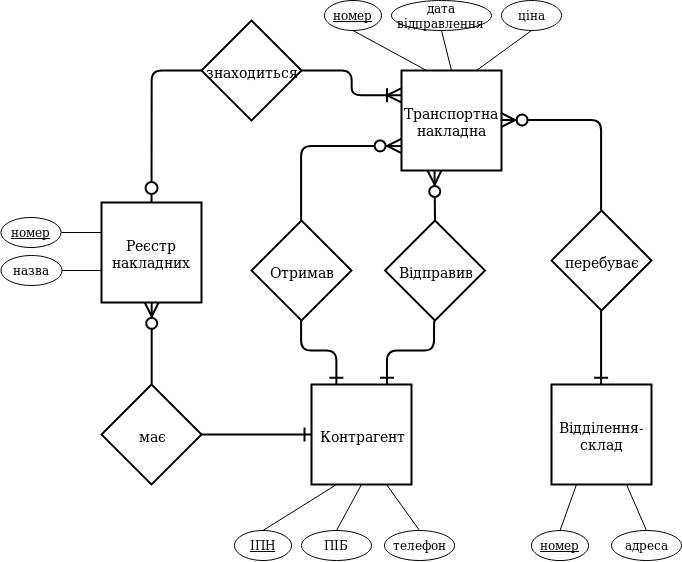
Above: img/model.png in akrava/db1-labs (draw.io), before the change. Source tidied: cells renumbered, new cells last; positions are measured from the earlier drawing's top-left corner, leaving out a move shared by most shapes.
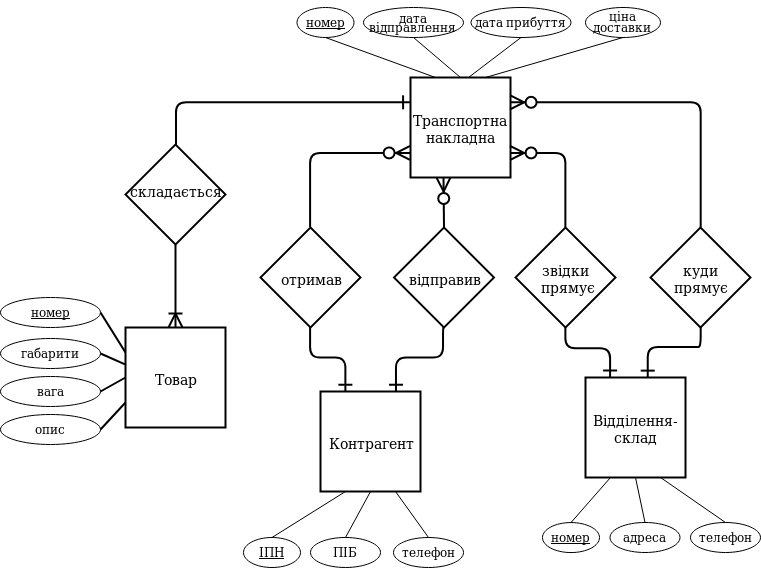
After the commit.

Diff of the diagram source:
```diff
@@ -6,29 +6,21 @@
       <mxGeometry x="400" y="70" width="100" height="100" as="geometry" />
     </mxCell>
     <mxCell id="3" value="Відділення-склад" style="strokeWidth=2;whiteSpace=wrap;html=1;align=center;fontSize=14;" parent="1" vertex="1">
-      <mxGeometry x="550" y="384" width="100" height="100" as="geometry" />
+      <mxGeometry x="575" y="370" width="100" height="100" as="geometry" />
     </mxCell>
     <mxCell id="4" value="&lt;div&gt;Контрагент&lt;/div&gt;" style="strokeWidth=2;whiteSpace=wrap;html=1;align=center;fontSize=14;" parent="1" vertex="1">
       <mxGeometry x="310" y="384" width="100" height="100" as="geometry" />
     </mxCell>
-    <mxCell id="5" value="знаходиться" style="shape=rhombus;strokeWidth=2;fontSize=17;perimeter=rhombusPerimeter;whiteSpace=wrap;html=1;align=center;fontSize=14;" parent="1" vertex="1">
-      <mxGeometry x="200" y="20" width="100" height="100" as="geometry" />
+    <mxCell id="5" value="&lt;p style=&quot;line-height: 80%&quot;&gt;&lt;font style=&quot;font-size: 14px ; line-height: 30%&quot;&gt;складається&lt;/font&gt;&lt;/p&gt;&lt;p style=&quot;line-height: 80% ; font-size: 5px&quot;&gt;&lt;font style=&quot;font-size: 5px ; line-height: 0%&quot;&gt;&lt;br&gt;&lt;/font&gt;&lt;/p&gt;" style="shape=rhombus;strokeWidth=2;fontSize=17;perimeter=rhombusPerimeter;whiteSpace=wrap;html=1;align=center;fontSize=14;" parent="1" vertex="1">
+      <mxGeometry x="115" y="137" width="100" height="100" as="geometry" />
     </mxCell>
-    <mxCell id="6" style="fontSize=12;html=1;endArrow=ERzeroToOne;endFill=1;shadow=0;strokeColor=#000000;strokeWidth=2;endSize=12;targetPerimeterSpacing=55;startSize=0;exitX=0;exitY=0.5;exitDx=0;exitDy=0;edgeStyle=orthogonalEdgeStyle;" parent="1" edge="1" source="5">
-      <mxGeometry relative="1" as="geometry">
-        <mxPoint x="150" y="210" as="targetPoint" />
-      </mxGeometry>
-    </mxCell>
-    <mxCell id="7" style="fontSize=12;html=1;endArrow=ERoneToMany;startArrow=none;shadow=0;strokeColor=#000000;strokeWidth=2;startFill=0;exitX=1;exitY=0.5;exitDx=0;exitDy=0;endSize=11;entryX=0;entryY=0.25;entryDx=0;entryDy=0;edgeStyle=orthogonalEdgeStyle;" parent="1" edge="1" source="5" target="2">
-      <mxGeometry relative="1" as="geometry" />
-    </mxCell>
-    <mxCell id="8" value="Реєстр накладних" style="strokeWidth=2;whiteSpace=wrap;html=1;align=center;fontSize=14;" parent="1" vertex="1">
-      <mxGeometry x="100" y="202" width="100" height="100" as="geometry" />
+    <mxCell id="8" value="Товар" style="strokeWidth=2;whiteSpace=wrap;html=1;align=center;fontSize=14;" parent="1" vertex="1">
+      <mxGeometry x="115" y="320" width="100" height="100" as="geometry" />
     </mxCell>
-    <mxCell id="9" value="Відправив" style="shape=rhombus;strokeWidth=2;fontSize=17;perimeter=rhombusPerimeter;whiteSpace=wrap;html=1;align=center;fontSize=14;" parent="1" vertex="1">
+    <mxCell id="9" value="відправив" style="shape=rhombus;strokeWidth=2;fontSize=17;perimeter=rhombusPerimeter;whiteSpace=wrap;html=1;align=center;fontSize=14;" parent="1" vertex="1">
       <mxGeometry x="383.5" y="220" width="100" height="100" as="geometry" />
     </mxCell>
-    <mxCell id="10" value="Отримав" style="shape=rhombus;strokeWidth=2;fontSize=17;perimeter=rhombusPerimeter;whiteSpace=wrap;html=1;align=center;fontSize=14;" parent="1" vertex="1">
+    <mxCell id="10" value="отримав" style="shape=rhombus;strokeWidth=2;fontSize=17;perimeter=rhombusPerimeter;whiteSpace=wrap;html=1;align=center;fontSize=14;" parent="1" vertex="1">
       <mxGeometry x="250" y="220" width="100" height="100" as="geometry" />
     </mxCell>
     <mxCell id="11" style="fontSize=12;html=1;endArrow=ERone;endFill=1;shadow=0;strokeColor=#000000;strokeWidth=2;edgeStyle=orthogonalEdgeStyle;exitX=0.5;exitY=1;exitDx=0;exitDy=0;entryX=0.75;entryY=0;entryDx=0;entryDy=0;endSize=11;" parent="1" edge="1" source="9" target="4">
@@ -54,43 +46,22 @@
         </Array>
       </mxGeometry>
     </mxCell>
-    <mxCell id="14" value="має" style="shape=rhombus;strokeWidth=2;fontSize=17;perimeter=rhombusPerimeter;whiteSpace=wrap;html=1;align=center;fontSize=14;" parent="1" vertex="1">
-      <mxGeometry x="100" y="384" width="100" height="100" as="geometry" />
-    </mxCell>
     <mxCell id="15" style="fontSize=12;html=1;endArrow=ERzeroToMany;endFill=1;shadow=0;strokeColor=#000000;strokeWidth=2;exitX=0.5;exitY=0;exitDx=0;exitDy=0;jumpSize=6;endSize=11;" parent="1" edge="1" source="9">
       <mxGeometry relative="1" as="geometry">
         <mxPoint x="433" y="170" as="targetPoint" />
       </mxGeometry>
     </mxCell>
-    <mxCell id="16" style="fontSize=12;html=1;endArrow=ERzeroToMany;endFill=1;shadow=0;strokeColor=#000000;strokeWidth=2;entryX=0.5;entryY=1;entryDx=0;entryDy=0;exitX=0.5;exitY=0;exitDx=0;exitDy=0;edgeStyle=orthogonalEdgeStyle;jumpSize=6;endSize=11;" parent="1" edge="1" source="14" target="8">
-      <mxGeometry relative="1" as="geometry" />
-    </mxCell>
-    <mxCell id="17" style="fontSize=12;html=1;endArrow=ERone;endFill=1;shadow=0;strokeColor=#000000;strokeWidth=2;entryX=0;entryY=0.5;entryDx=0;entryDy=0;exitX=1;exitY=0.5;exitDx=0;exitDy=0;jumpSize=6;endSize=11;" parent="1" edge="1" source="14" target="4">
-      <mxGeometry relative="1" as="geometry" />
-    </mxCell>
-    <mxCell id="18" value="перебуває" style="shape=rhombus;strokeWidth=2;fontSize=17;perimeter=rhombusPerimeter;whiteSpace=wrap;html=1;align=center;fontSize=14;" parent="1" vertex="1">
-      <mxGeometry x="550" y="210" width="100" height="100" as="geometry" />
+    <mxCell id="18" value="&lt;div&gt;звідки&lt;/div&gt;&amp;nbsp;прямує" style="shape=rhombus;strokeWidth=2;fontSize=17;perimeter=rhombusPerimeter;whiteSpace=wrap;html=1;align=center;fontSize=14;" parent="1" vertex="1">
+      <mxGeometry x="505" y="220" width="100" height="100" as="geometry" />
     </mxCell>
-    <mxCell id="19" style="fontSize=12;html=1;endArrow=ERzeroToMany;endFill=1;shadow=0;strokeColor=#000000;strokeWidth=2;exitX=0.5;exitY=0;exitDx=0;exitDy=0;jumpSize=6;endSize=11;entryX=1;entryY=0.5;entryDx=0;entryDy=0;edgeStyle=orthogonalEdgeStyle;" parent="1" edge="1" source="18" target="2">
-      <mxGeometry relative="1" as="geometry" />
-    </mxCell>
-    <mxCell id="20" style="fontSize=12;html=1;endArrow=ERone;endFill=1;shadow=0;strokeColor=#000000;strokeWidth=2;edgeStyle=orthogonalEdgeStyle;entryX=0.5;entryY=0;entryDx=0;entryDy=0;endSize=11;" parent="1" edge="1" target="3">
-      <mxGeometry relative="1" as="geometry">
-        <mxPoint x="600" y="310" as="sourcePoint" />
-        <Array as="points">
-          <mxPoint x="600" y="340" />
-          <mxPoint x="600" y="340" />
-        </Array>
-      </mxGeometry>
-    </mxCell>
     <mxCell id="21" value="номер" style="ellipse;whiteSpace=wrap;html=1;fontStyle=4;" parent="1" vertex="1">
-      <mxGeometry x="323" width="57" height="30" as="geometry" />
+      <mxGeometry x="286.5" width="57" height="30" as="geometry" />
     </mxCell>
-    <mxCell id="22" value="дата відправлення" style="ellipse;whiteSpace=wrap;html=1;" parent="1" vertex="1">
-      <mxGeometry x="390" width="100" height="30" as="geometry" />
+    <mxCell id="22" value="&lt;p style=&quot;line-height: 70%&quot;&gt;дата відправлення&lt;/p&gt;" style="ellipse;whiteSpace=wrap;html=1;" parent="1" vertex="1">
+      <mxGeometry x="353" width="100" height="30" as="geometry" />
     </mxCell>
-    <mxCell id="23" value="ціна" style="ellipse;whiteSpace=wrap;html=1;" parent="1" vertex="1">
-      <mxGeometry x="500" width="60" height="30" as="geometry" />
+    <mxCell id="23" value="&lt;p style=&quot;line-height: 90%&quot;&gt;ціна доставки&lt;/p&gt;" style="ellipse;whiteSpace=wrap;html=1;" parent="1" vertex="1">
+      <mxGeometry x="575" width="75" height="30" as="geometry" />
     </mxCell>
     <mxCell id="24" style="endArrow=none;html=1;shadow=0;strokeColor=#000000;strokeWidth=1;exitX=0.25;exitY=0;exitDx=0;exitDy=0;entryX=0.5;entryY=1;entryDx=0;entryDy=0;" parent="1" edge="1" source="2" target="21">
       <mxGeometry relative="1" as="geometry" />
@@ -98,27 +69,6 @@
     <mxCell id="25" style="endArrow=none;html=1;shadow=0;strokeColor=#000000;strokeWidth=1;exitX=0.5;exitY=1;exitDx=0;exitDy=0;entryX=0.5;entryY=0;entryDx=0;entryDy=0;" parent="1" edge="1" source="22" target="2">
       <mxGeometry relative="1" as="geometry" />
     </mxCell>
-    <mxCell id="26" value="номер" style="ellipse;whiteSpace=wrap;html=1;fontStyle=4;" parent="1" vertex="1">
-      <mxGeometry x="-0.5" y="217" width="60" height="30" as="geometry" />
-    </mxCell>
-    <mxCell id="27" value="назва" style="ellipse;whiteSpace=wrap;html=1;" parent="1" vertex="1">
-      <mxGeometry x="-0.5" y="255" width="61" height="30" as="geometry" />
-    </mxCell>
-    <mxCell id="28" style="endArrow=none;html=1;shadow=0;strokeColor=#000000;strokeWidth=1;" parent="1" edge="1">
-      <mxGeometry relative="1" as="geometry">
-        <mxPoint x="60" y="232" as="sourcePoint" />
-        <mxPoint x="100" y="232" as="targetPoint" />
-      </mxGeometry>
-    </mxCell>
-    <mxCell id="29" style="endArrow=none;html=1;shadow=0;strokeColor=#000000;strokeWidth=1;" parent="1" edge="1">
-      <mxGeometry relative="1" as="geometry">
-        <mxPoint x="60.5" y="270" as="sourcePoint" />
-        <mxPoint x="100.5" y="270" as="targetPoint" />
-      </mxGeometry>
-    </mxCell>
-    <mxCell id="30" style="endArrow=none;html=1;shadow=0;strokeColor=#000000;strokeWidth=1;exitX=0.5;exitY=1;exitDx=0;exitDy=0;entryX=0.75;entryY=0;entryDx=0;entryDy=0;" parent="1" edge="1" source="23" target="2">
-      <mxGeometry relative="1" as="geometry" />
-    </mxCell>
     <mxCell id="31" value="ІПН" style="ellipse;whiteSpace=wrap;html=1;fontStyle=4;" parent="1" vertex="1">
       <mxGeometry x="233" y="530" width="57" height="30" as="geometry" />
     </mxCell>
@@ -129,10 +79,10 @@
       <mxGeometry x="383" y="530" width="70" height="30" as="geometry" />
     </mxCell>
     <mxCell id="34" value="адреса" style="ellipse;whiteSpace=wrap;html=1;" parent="1" vertex="1">
-      <mxGeometry x="610" y="530" width="70" height="30" as="geometry" />
+      <mxGeometry x="599.5" y="515" width="70" height="30" as="geometry" />
     </mxCell>
     <mxCell id="35" value="номер" style="ellipse;whiteSpace=wrap;html=1;fontStyle=4;" parent="1" vertex="1">
-      <mxGeometry x="530" y="530.1" width="57" height="30" as="geometry" />
+      <mxGeometry x="532" y="515.1" width="57" height="30" as="geometry" />
     </mxCell>
     <mxCell id="36" style="endArrow=none;html=1;shadow=0;strokeColor=#000000;strokeWidth=1;exitX=0.5;exitY=0;exitDx=0;exitDy=0;entryX=0.25;entryY=1;entryDx=0;entryDy=0;" parent="1" edge="1" source="31" target="4">
       <mxGeometry relative="1" as="geometry" />
@@ -146,8 +96,91 @@
     <mxCell id="39" style="endArrow=none;html=1;shadow=0;strokeColor=#000000;strokeWidth=1;exitX=0.5;exitY=0;exitDx=0;exitDy=0;entryX=0.25;entryY=1;entryDx=0;entryDy=0;" parent="1" edge="1" source="35" target="3">
       <mxGeometry relative="1" as="geometry" />
     </mxCell>
-    <mxCell id="40" style="endArrow=none;html=1;shadow=0;strokeColor=#000000;strokeWidth=1;exitX=0.5;exitY=0;exitDx=0;exitDy=0;entryX=0.75;entryY=1;entryDx=0;entryDy=0;" parent="1" edge="1" source="34" target="3">
+    <mxCell id="40" style="endArrow=none;html=1;shadow=0;strokeColor=#000000;strokeWidth=1;exitX=0.5;exitY=0;exitDx=0;exitDy=0;entryX=0.5;entryY=1;entryDx=0;entryDy=0;" parent="1" edge="1" source="34" target="3">
       <mxGeometry relative="1" as="geometry" />
     </mxCell>
+    <mxCell id="41" value="&lt;div&gt;куди &lt;br&gt;&lt;/div&gt;&lt;div&gt;прямує&lt;/div&gt;" style="shape=rhombus;strokeWidth=2;fontSize=17;perimeter=rhombusPerimeter;whiteSpace=wrap;html=1;align=center;fontSize=14;" parent="1" vertex="1">
+      <mxGeometry x="640" y="220" width="100" height="100" as="geometry" />
+    </mxCell>
+    <mxCell id="42" value="дата прибуття" style="ellipse;whiteSpace=wrap;html=1;" parent="1" vertex="1">
+      <mxGeometry x="460.5" width="100" height="30" as="geometry" />
+    </mxCell>
+    <mxCell id="43" style="endArrow=none;html=1;shadow=0;strokeColor=#000000;strokeWidth=1;exitX=0.5;exitY=1;exitDx=0;exitDy=0;entryX=0.58;entryY=0;entryDx=0;entryDy=0;entryPerimeter=0;" parent="1" edge="1" source="42" target="2">
+      <mxGeometry relative="1" as="geometry" />
+    </mxCell>
+    <mxCell id="44" style="endArrow=none;html=1;entryX=0.5;entryY=1;entryDx=0;entryDy=0;exitX=0.75;exitY=0;exitDx=0;exitDy=0;" parent="1" edge="1" source="2" target="23">
+      <mxGeometry relative="1" as="geometry" />
+    </mxCell>
+    <mxCell id="45" value="габарити" style="ellipse;whiteSpace=wrap;html=1;" parent="1" vertex="1">
+      <mxGeometry x="-10" y="331" width="100" height="30" as="geometry" />
+    </mxCell>
+    <mxCell id="46" value="вага" style="ellipse;whiteSpace=wrap;html=1;" parent="1" vertex="1">
+      <mxGeometry x="-10" y="369" width="100" height="30" as="geometry" />
+    </mxCell>
+    <mxCell id="47" value="опис" style="ellipse;whiteSpace=wrap;html=1;" parent="1" vertex="1">
+      <mxGeometry x="-10" y="407" width="100" height="30" as="geometry" />
+    </mxCell>
+    <mxCell id="48" style="fontSize=12;html=1;endArrow=ERone;endFill=1;shadow=0;strokeColor=#000000;strokeWidth=2;entryX=0.75;entryY=0;entryDx=0;entryDy=0;endSize=11;edgeStyle=orthogonalEdgeStyle;exitX=0.5;exitY=1;exitDx=0;exitDy=0;" parent="1" edge="1" source="41">
+      <mxGeometry relative="1" as="geometry">
+        <mxPoint x="637.5" y="370" as="targetPoint" />
+        <Array as="points">
+          <mxPoint x="685" y="340" />
+          <mxPoint x="637" y="340" />
+        </Array>
+      </mxGeometry>
+    </mxCell>
+    <mxCell id="49" style="fontSize=12;html=1;endArrow=ERone;endFill=1;shadow=0;strokeColor=#000000;strokeWidth=2;endSize=11;edgeStyle=orthogonalEdgeStyle;exitX=0.5;exitY=1;exitDx=0;exitDy=0;" parent="1" edge="1" source="18" target="3">
+      <mxGeometry relative="1" as="geometry">
+        <Array as="points">
+          <mxPoint x="555" y="341" />
+          <mxPoint x="600" y="341" />
+        </Array>
+      </mxGeometry>
+    </mxCell>
+    <mxCell id="19" style="fontSize=12;html=1;endArrow=ERzeroToMany;endFill=1;shadow=0;strokeColor=#000000;strokeWidth=2;entryX=1;entryY=0.75;entryDx=0;entryDy=0;exitX=0.5;exitY=0;exitDx=0;exitDy=0;edgeStyle=orthogonalEdgeStyle;jumpSize=6;endSize=11;" parent="1" edge="1" source="18" target="2">
+      <mxGeometry relative="1" as="geometry">
+        <Array as="points">
+          <mxPoint x="555" y="145" />
+        </Array>
+      </mxGeometry>
+    </mxCell>
+    <mxCell id="50" style="fontSize=12;html=1;endArrow=ERzeroToMany;endFill=1;shadow=0;strokeColor=#000000;strokeWidth=2;entryX=1;entryY=0.25;entryDx=0;entryDy=0;exitX=0.5;exitY=0;exitDx=0;exitDy=0;edgeStyle=orthogonalEdgeStyle;jumpSize=6;endSize=11;" parent="1" edge="1" source="41" target="2">
+      <mxGeometry relative="1" as="geometry">
+        <Array as="points">
+          <mxPoint x="690" y="95" />
+        </Array>
+      </mxGeometry>
+    </mxCell>
+    <mxCell id="7" style="fontSize=12;html=1;endArrow=ERone;endFill=1;shadow=0;strokeColor=#000000;strokeWidth=2;edgeStyle=orthogonalEdgeStyle;exitX=0.5;exitY=0;exitDx=0;exitDy=0;entryX=0;entryY=0.25;entryDx=0;entryDy=0;endSize=11;" parent="1" edge="1" source="5" target="2">
+      <mxGeometry relative="1" as="geometry">
+        <Array as="points">
+          <mxPoint x="165" y="95" />
+        </Array>
+      </mxGeometry>
+    </mxCell>
+    <mxCell id="51" style="fontSize=12;html=1;endArrow=ERoneToMany;startArrow=none;startFill=0;exitX=0.5;exitY=1;exitDx=0;exitDy=0;entryX=0.5;entryY=0;entryDx=0;entryDy=0;strokeWidth=2;jumpSize=11;endSize=11;" parent="1" edge="1" source="5" target="8">
+      <mxGeometry relative="1" as="geometry" />
+    </mxCell>
+    <mxCell id="26" value="номер" style="ellipse;whiteSpace=wrap;html=1;fontStyle=4;" parent="1" vertex="1">
+      <mxGeometry x="-10" y="290" width="100" height="30" as="geometry" />
+    </mxCell>
+    <mxCell id="52" style="endArrow=none;html=1;strokeWidth=2;exitX=1;exitY=0.5;exitDx=0;exitDy=0;entryX=0;entryY=0.25;entryDx=0;entryDy=0;" parent="1" edge="1" source="26" target="8">
+      <mxGeometry relative="1" as="geometry" />
+    </mxCell>
+    <mxCell id="53" style="endArrow=none;html=1;strokeWidth=2;exitX=1;exitY=0.5;exitDx=0;exitDy=0;entryX=-0.004;entryY=0.368;entryDx=0;entryDy=0;entryPerimeter=0;" parent="1" edge="1" source="45" target="8">
+      <mxGeometry relative="1" as="geometry" />
+    </mxCell>
+    <mxCell id="54" style="endArrow=none;html=1;strokeWidth=2;exitX=1;exitY=0.5;exitDx=0;exitDy=0;entryX=0;entryY=0.5;entryDx=0;entryDy=0;" parent="1" edge="1" source="46" target="8">
+      <mxGeometry relative="1" as="geometry" />
+    </mxCell>
+    <mxCell id="55" style="endArrow=none;html=1;strokeWidth=2;exitX=1;exitY=0.5;exitDx=0;exitDy=0;entryX=0;entryY=0.75;entryDx=0;entryDy=0;" parent="1" edge="1" source="47" target="8">
+      <mxGeometry relative="1" as="geometry" />
+    </mxCell>
+    <mxCell id="56" value="телефон" style="ellipse;whiteSpace=wrap;html=1;" parent="1" vertex="1">
+      <mxGeometry x="680" y="515" width="70" height="30" as="geometry" />
+    </mxCell>
+    <mxCell id="57" style="endArrow=none;html=1;shadow=0;strokeColor=#000000;strokeWidth=1;exitX=0.75;exitY=1;exitDx=0;exitDy=0;entryX=0.5;entryY=0;entryDx=0;entryDy=0;" parent="1" edge="1" source="3" target="56">
+      <mxGeometry relative="1" as="geometry" />
+    </mxCell>
   </root>
 </mxGraphModel>
```
